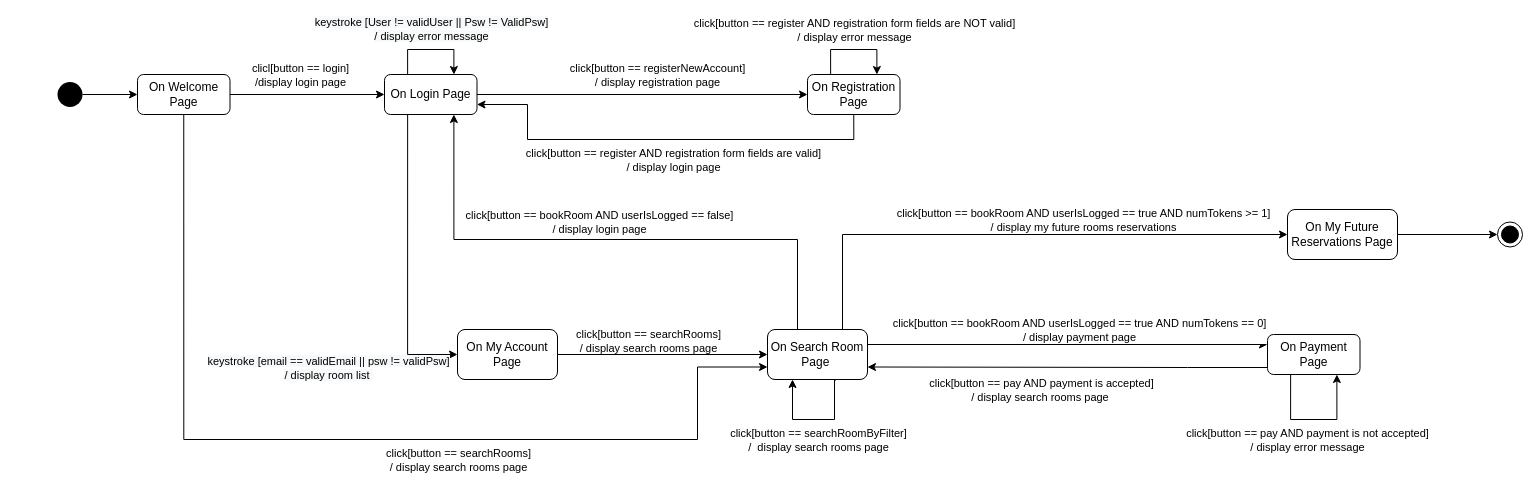
nic-agos/DoveStudi keeps this draw.io diagram as Deliverables/State Diagram/State Diagram - Magnoni Flavia.drawio. Above is the earlier version. Source tidied: cells renumbered, new cells numbered last; positions are measured from the earlier drawing's top-left corner, leaving out a move shared by most shapes. Both pictures are drawn from the tidied source at 100%, with x=0, y=0 at pixel (57, 49).
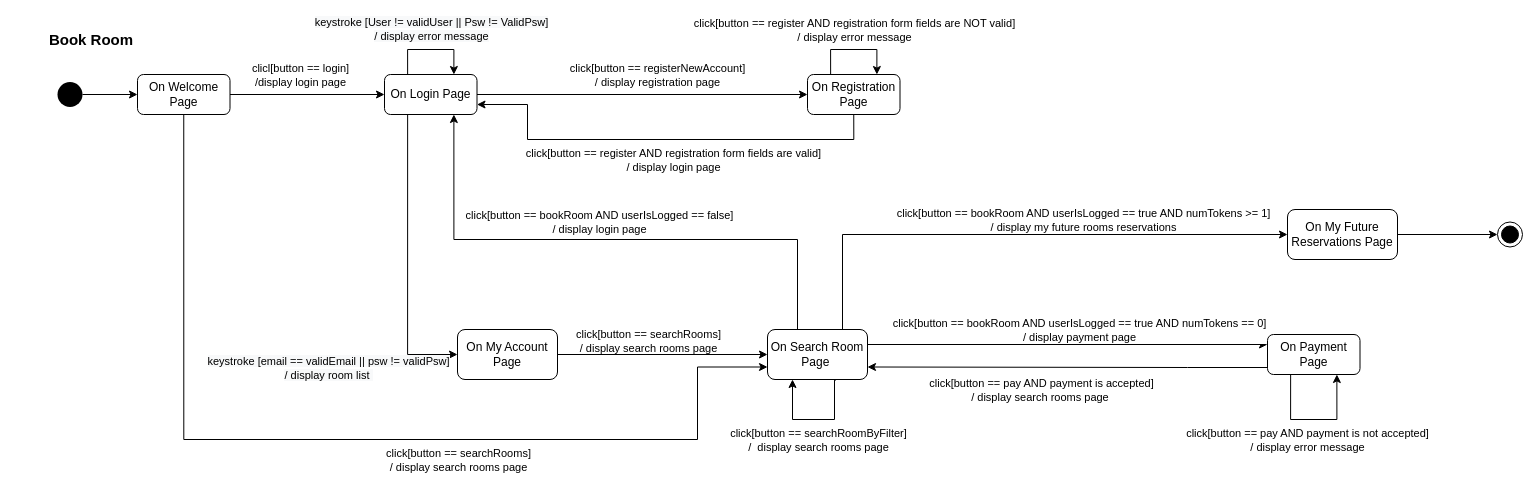
Above is the later version.

The edit, as a diff of the source:
```diff
@@
+    <mxCell id="41" value="Book Room" style="text;html=1;strokeColor=none;fillColor=none;align=center;verticalAlign=middle;whiteSpace=wrap;rounded=0;fontSize=15;fontStyle=1;" parent="1" vertex="1">
+      <mxGeometry x="-40" y="-30" width="147.5" height="40" as="geometry" />
+    </mxCell>
```
